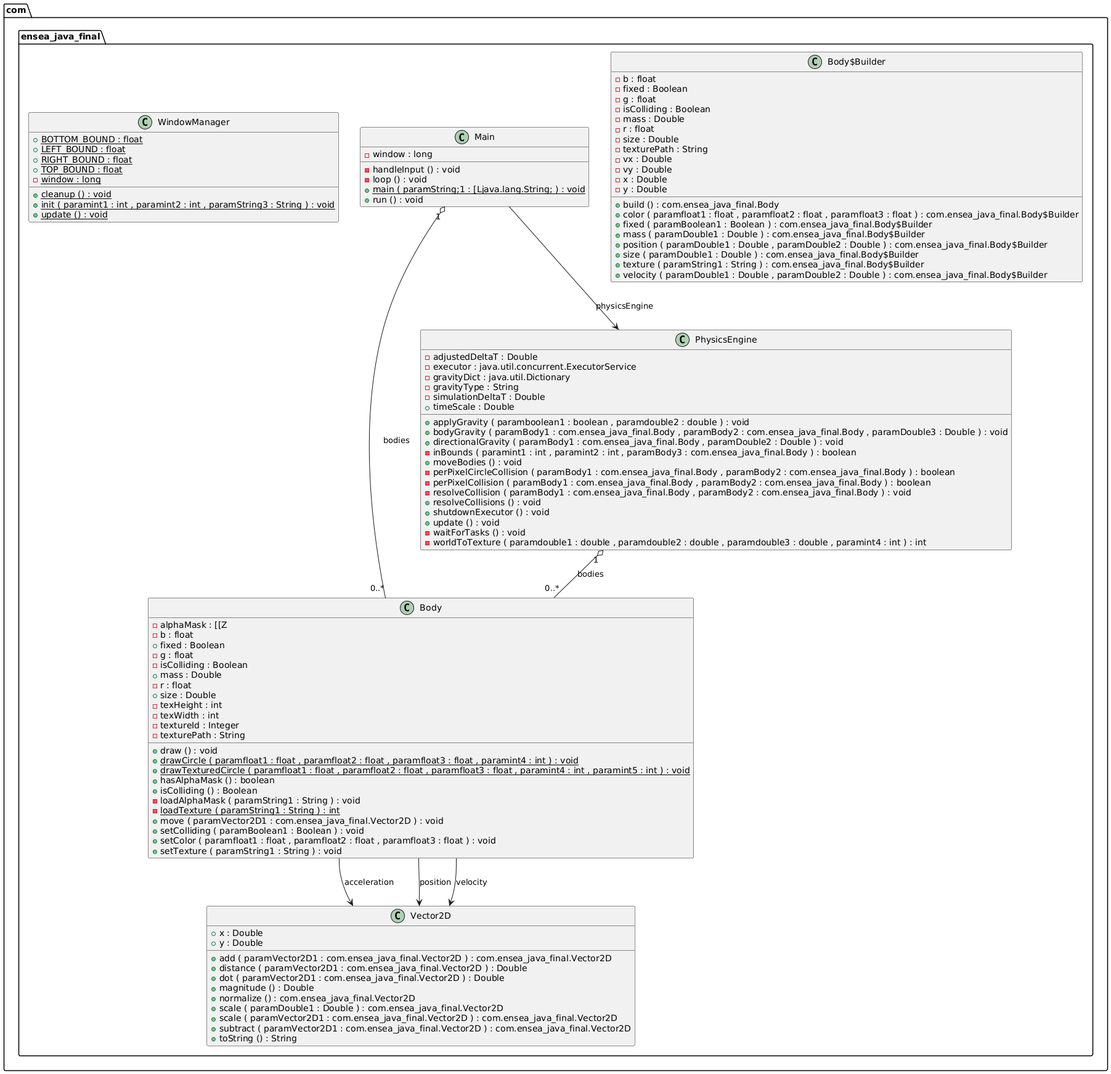
AidanBaros/ENSEA_Java_Final keeps this PlantUML diagram as demo/diagram/uml-diagram.png. Above is the earlier version.
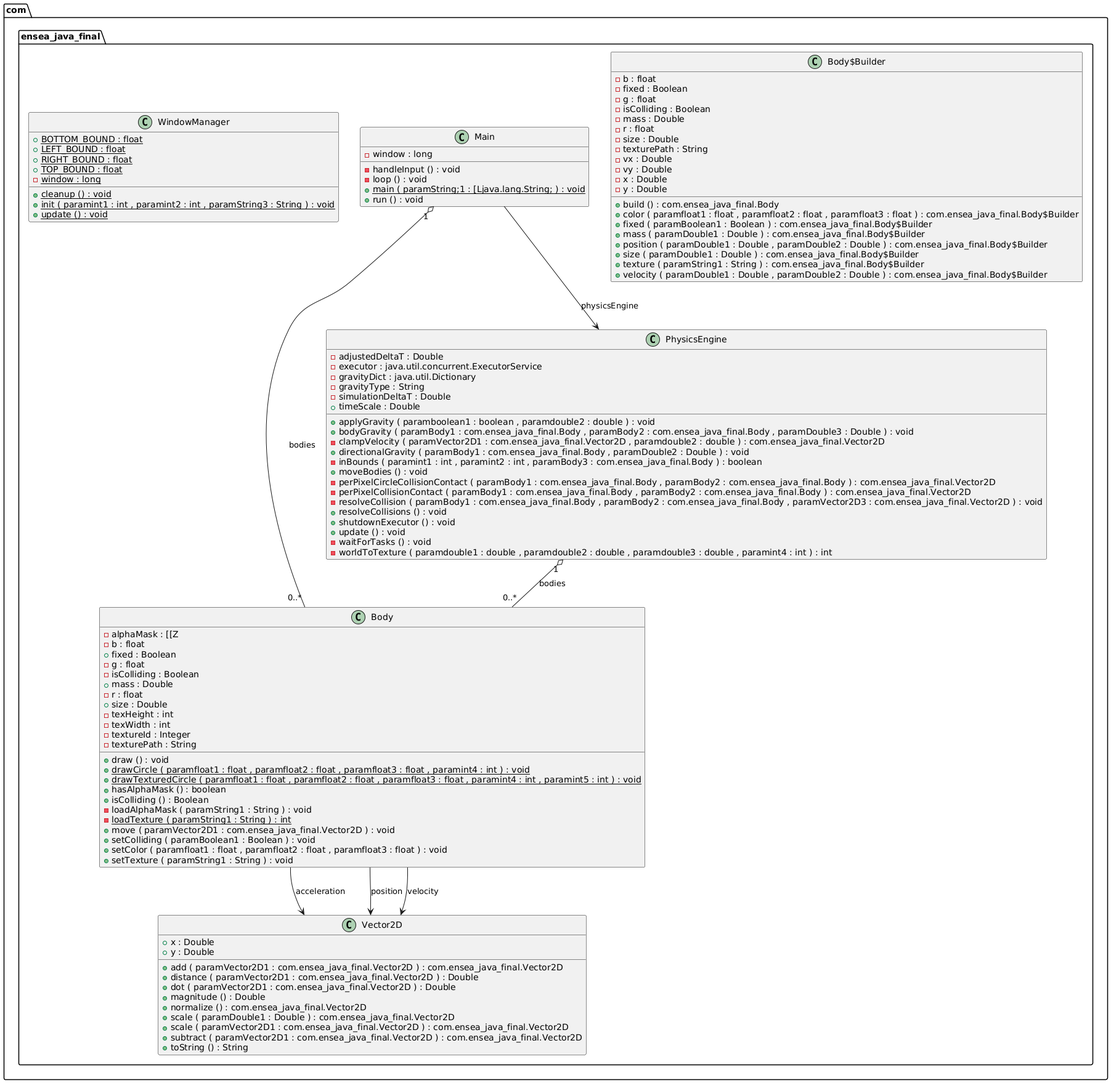
The same diagram one commit later.

Commit message:
Update UML diagram [auto]

The edit, as a diff of the source:
```diff
@@ -69,12 +69,13 @@
 	{field} +timeScale : Double
 	{method} +applyGravity ( paramboolean1 : boolean , paramdouble2 : double ) : void
 	{method} +bodyGravity ( paramBody1 : com.ensea_java_final.Body , paramBody2 : com.ensea_java_final.Body , paramDouble3 : Double ) : void
+	{method} -clampVelocity ( paramVector2D1 : com.ensea_java_final.Vector2D , paramdouble2 : double ) : com.ensea_java_final.Vector2D
 	{method} +directionalGravity ( paramBody1 : com.ensea_java_final.Body , paramDouble2 : Double ) : void
 	{method} -inBounds ( paramint1 : int , paramint2 : int , paramBody3 : com.ensea_java_final.Body ) : boolean
 	{method} +moveBodies () : void
-	{method} -perPixelCircleCollision ( paramBody1 : com.ensea_java_final.Body , paramBody2 : com.ensea_java_final.Body ) : boolean
-	{method} -perPixelCollision ( paramBody1 : com.ensea_java_final.Body , paramBody2 : com.ensea_java_final.Body ) : boolean
-	{method} -resolveCollision ( paramBody1 : com.ensea_java_final.Body , paramBody2 : com.ensea_java_final.Body ) : void
+	{method} -perPixelCircleCollisionContact ( paramBody1 : com.ensea_java_final.Body , paramBody2 : com.ensea_java_final.Body ) : com.ensea_java_final.Vector2D
+	{method} -perPixelCollisionContact ( paramBody1 : com.ensea_java_final.Body , paramBody2 : com.ensea_java_final.Body ) : com.ensea_java_final.Vector2D
+	{method} -resolveCollision ( paramBody1 : com.ensea_java_final.Body , paramBody2 : com.ensea_java_final.Body , paramVector2D3 : com.ensea_java_final.Vector2D ) : void
 	{method} +resolveCollisions () : void
 	{method} +shutdownExecutor () : void
 	{method} +update () : void
```
